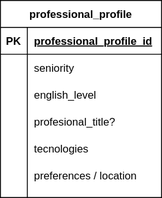
The draw.io diagram job_placement.drawio.svg in isabelyb/er_diagram_job_placement, before a commit. Source tidied: cells renumbered, new cells last; positions are measured from the earlier drawing's top-left corner, leaving out a move shared by most shapes.
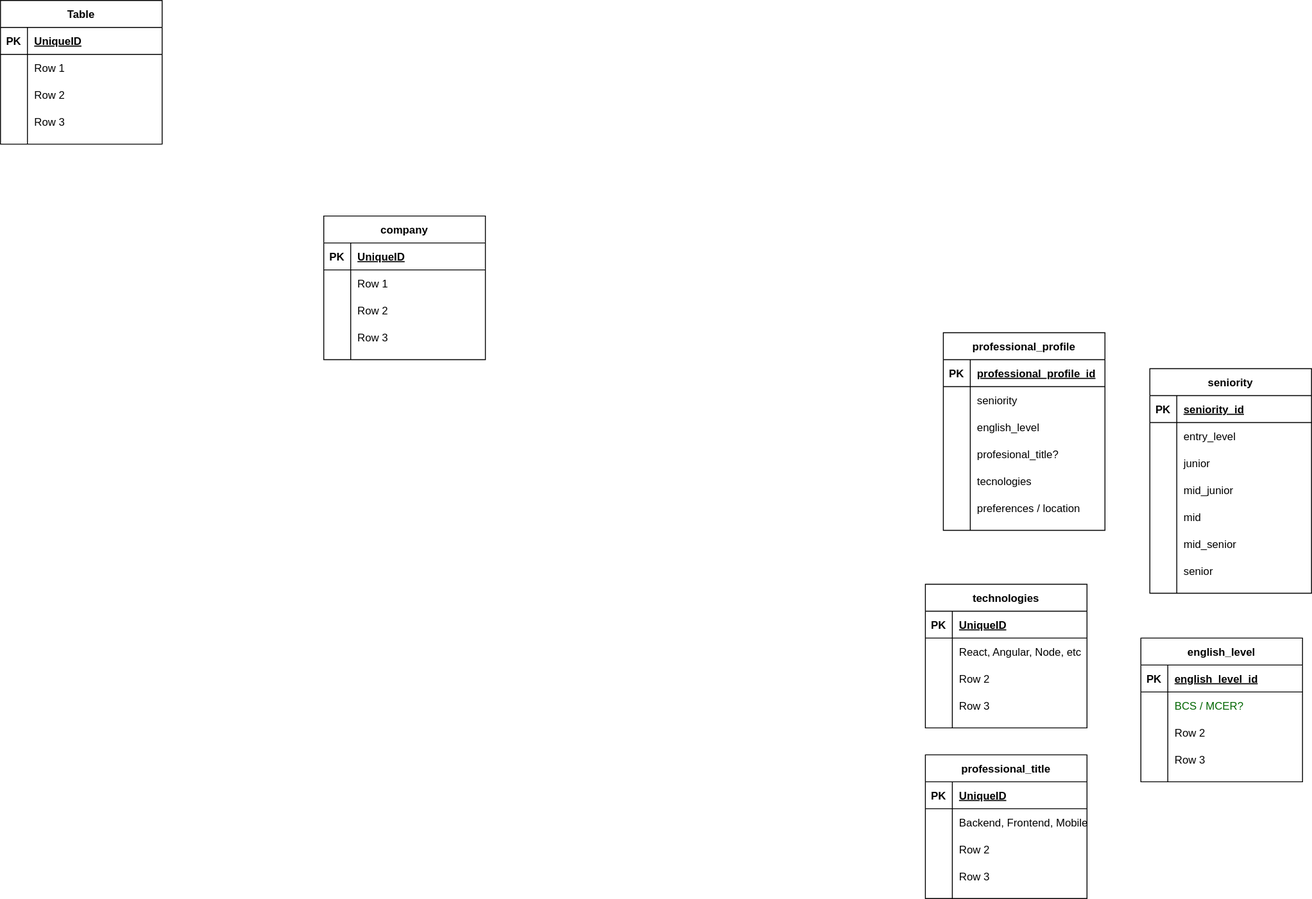
After the commit.

The edit, as a diff of the source:
```diff
@@ -59,5 +59,266 @@
     <mxCell id="20" value="preferences / location" style="shape=partialRectangle;fillColor=none;top=0;left=0;bottom=0;right=0;align=left;spacingLeft=6;overflow=hidden;" parent="18" vertex="1">
       <mxGeometry x="30" width="150" height="30" as="geometry" />
     </mxCell>
+    <mxCell id="21" value="seniority" style="shape=table;startSize=30;rowLines=0;fontStyle=1;align=center;" parent="1" vertex="1">
+      <mxGeometry x="230" y="40" width="180" height="250" as="geometry" />
+    </mxCell>
+    <mxCell id="22" style="shape=partialRectangle;fillColor=none;top=0;left=0;bottom=1;right=0;" parent="21" vertex="1">
+      <mxGeometry y="30" width="180" height="30" as="geometry" />
+    </mxCell>
+    <mxCell id="23" value="PK" style="shape=partialRectangle;fillColor=none;top=0;left=0;bottom=0;right=0;fontStyle=1;overflow=hidden;" parent="22" vertex="1">
+      <mxGeometry width="30" height="30" as="geometry" />
+    </mxCell>
+    <mxCell id="24" value="seniority_id" style="shape=partialRectangle;fillColor=none;top=0;left=0;bottom=0;right=0;align=left;spacingLeft=6;fontStyle=5;overflow=hidden;" parent="22" vertex="1">
+      <mxGeometry x="30" width="150" height="30" as="geometry" />
+    </mxCell>
+    <mxCell id="25" style="shape=partialRectangle;fillColor=none;top=0;left=0;bottom=0;right=0;" parent="21" vertex="1">
+      <mxGeometry y="60" width="180" height="30" as="geometry" />
+    </mxCell>
+    <mxCell id="26" style="shape=partialRectangle;fillColor=none;top=0;left=0;bottom=0;right=0;overflow=hidden;" parent="25" vertex="1">
+      <mxGeometry width="30" height="30" as="geometry" />
+    </mxCell>
+    <mxCell id="27" value="entry_level" style="shape=partialRectangle;fillColor=none;top=0;left=0;bottom=0;right=0;align=left;spacingLeft=6;overflow=hidden;" parent="25" vertex="1">
+      <mxGeometry x="30" width="150" height="30" as="geometry" />
+    </mxCell>
+    <mxCell id="28" style="shape=partialRectangle;fillColor=none;top=0;left=0;bottom=0;right=0;" parent="21" vertex="1">
+      <mxGeometry y="90" width="180" height="30" as="geometry" />
+    </mxCell>
+    <mxCell id="29" style="shape=partialRectangle;fillColor=none;top=0;left=0;bottom=0;right=0;overflow=hidden;" parent="28" vertex="1">
+      <mxGeometry width="30" height="30" as="geometry" />
+    </mxCell>
+    <mxCell id="30" value="junior" style="shape=partialRectangle;fillColor=none;top=0;left=0;bottom=0;right=0;align=left;spacingLeft=6;overflow=hidden;" parent="28" vertex="1">
+      <mxGeometry x="30" width="150" height="30" as="geometry" />
+    </mxCell>
+    <mxCell id="31" style="shape=partialRectangle;fillColor=none;top=0;left=0;bottom=0;right=0;" parent="21" vertex="1">
+      <mxGeometry y="120" width="180" height="30" as="geometry" />
+    </mxCell>
+    <mxCell id="32" style="shape=partialRectangle;fillColor=none;top=0;left=0;bottom=0;right=0;overflow=hidden;" parent="31" vertex="1">
+      <mxGeometry width="30" height="30" as="geometry" />
+    </mxCell>
+    <mxCell id="33" value="mid_junior" style="shape=partialRectangle;fillColor=none;top=0;left=0;bottom=0;right=0;align=left;spacingLeft=6;overflow=hidden;" parent="31" vertex="1">
+      <mxGeometry x="30" width="150" height="30" as="geometry" />
+    </mxCell>
+    <mxCell id="34" style="shape=partialRectangle;fillColor=none;top=0;left=0;bottom=0;right=0;" parent="21" vertex="1">
+      <mxGeometry y="150" width="180" height="30" as="geometry" />
+    </mxCell>
+    <mxCell id="35" style="shape=partialRectangle;fillColor=none;top=0;left=0;bottom=0;right=0;overflow=hidden;" parent="34" vertex="1">
+      <mxGeometry width="30" height="30" as="geometry" />
+    </mxCell>
+    <mxCell id="36" value="mid" style="shape=partialRectangle;fillColor=none;top=0;left=0;bottom=0;right=0;align=left;spacingLeft=6;overflow=hidden;" parent="34" vertex="1">
+      <mxGeometry x="30" width="150" height="30" as="geometry" />
+    </mxCell>
+    <mxCell id="37" style="shape=partialRectangle;fillColor=none;top=0;left=0;bottom=0;right=0;" parent="21" vertex="1">
+      <mxGeometry y="180" width="180" height="30" as="geometry" />
+    </mxCell>
+    <mxCell id="38" style="shape=partialRectangle;fillColor=none;top=0;left=0;bottom=0;right=0;overflow=hidden;" parent="37" vertex="1">
+      <mxGeometry width="30" height="30" as="geometry" />
+    </mxCell>
+    <mxCell id="39" value="mid_senior" style="shape=partialRectangle;fillColor=none;top=0;left=0;bottom=0;right=0;align=left;spacingLeft=6;overflow=hidden;" parent="37" vertex="1">
+      <mxGeometry x="30" width="150" height="30" as="geometry" />
+    </mxCell>
+    <mxCell id="40" style="shape=partialRectangle;fillColor=none;top=0;left=0;bottom=0;right=0;" parent="21" vertex="1">
+      <mxGeometry y="210" width="180" height="30" as="geometry" />
+    </mxCell>
+    <mxCell id="41" style="shape=partialRectangle;fillColor=none;top=0;left=0;bottom=0;right=0;overflow=hidden;" parent="40" vertex="1">
+      <mxGeometry width="30" height="30" as="geometry" />
+    </mxCell>
+    <mxCell id="42" value="senior" style="shape=partialRectangle;fillColor=none;top=0;left=0;bottom=0;right=0;align=left;spacingLeft=6;overflow=hidden;" parent="40" vertex="1">
+      <mxGeometry x="30" width="150" height="30" as="geometry" />
+    </mxCell>
+    <mxCell id="43" value="english_level" style="shape=table;startSize=30;rowLines=0;fontStyle=1;align=center;" parent="1" vertex="1">
+      <mxGeometry x="220" y="340" width="180" height="160" as="geometry" />
+    </mxCell>
+    <mxCell id="44" style="shape=partialRectangle;fillColor=none;top=0;left=0;bottom=1;right=0;" parent="43" vertex="1">
+      <mxGeometry y="30" width="180" height="30" as="geometry" />
+    </mxCell>
+    <mxCell id="45" value="PK" style="shape=partialRectangle;fillColor=none;top=0;left=0;bottom=0;right=0;fontStyle=1;overflow=hidden;" parent="44" vertex="1">
+      <mxGeometry width="30" height="30" as="geometry" />
+    </mxCell>
+    <mxCell id="46" value="english_level_id" style="shape=partialRectangle;fillColor=none;top=0;left=0;bottom=0;right=0;align=left;spacingLeft=6;fontStyle=5;overflow=hidden;" parent="44" vertex="1">
+      <mxGeometry x="30" width="150" height="30" as="geometry" />
+    </mxCell>
+    <mxCell id="47" style="shape=partialRectangle;fillColor=none;top=0;left=0;bottom=0;right=0;" parent="43" vertex="1">
+      <mxGeometry y="60" width="180" height="30" as="geometry" />
+    </mxCell>
+    <mxCell id="48" style="shape=partialRectangle;fillColor=none;top=0;left=0;bottom=0;right=0;overflow=hidden;" parent="47" vertex="1">
+      <mxGeometry width="30" height="30" as="geometry" />
+    </mxCell>
+    <mxCell id="49" value="BCS / MCER?" style="shape=partialRectangle;fillColor=none;top=0;left=0;bottom=0;right=0;align=left;spacingLeft=6;overflow=hidden;fontColor=#006600;" parent="47" vertex="1">
+      <mxGeometry x="30" width="150" height="30" as="geometry" />
+    </mxCell>
+    <mxCell id="50" style="shape=partialRectangle;fillColor=none;top=0;left=0;bottom=0;right=0;" parent="43" vertex="1">
+      <mxGeometry y="90" width="180" height="30" as="geometry" />
+    </mxCell>
+    <mxCell id="51" style="shape=partialRectangle;fillColor=none;top=0;left=0;bottom=0;right=0;overflow=hidden;" parent="50" vertex="1">
+      <mxGeometry width="30" height="30" as="geometry" />
+    </mxCell>
+    <mxCell id="52" value="Row 2" style="shape=partialRectangle;fillColor=none;top=0;left=0;bottom=0;right=0;align=left;spacingLeft=6;overflow=hidden;" parent="50" vertex="1">
+      <mxGeometry x="30" width="150" height="30" as="geometry" />
+    </mxCell>
+    <mxCell id="53" style="shape=partialRectangle;fillColor=none;top=0;left=0;bottom=0;right=0;" parent="43" vertex="1">
+      <mxGeometry y="120" width="180" height="30" as="geometry" />
+    </mxCell>
+    <mxCell id="54" style="shape=partialRectangle;fillColor=none;top=0;left=0;bottom=0;right=0;overflow=hidden;" parent="53" vertex="1">
+      <mxGeometry width="30" height="30" as="geometry" />
+    </mxCell>
+    <mxCell id="55" value="Row 3" style="shape=partialRectangle;fillColor=none;top=0;left=0;bottom=0;right=0;align=left;spacingLeft=6;overflow=hidden;" parent="53" vertex="1">
+      <mxGeometry x="30" width="150" height="30" as="geometry" />
+    </mxCell>
+    <mxCell id="56" value="technologies" style="shape=table;startSize=30;rowLines=0;fontStyle=1;align=center;fontColor=#000000;" parent="1" vertex="1">
+      <mxGeometry x="-20" y="280" width="180" height="160" as="geometry" />
+    </mxCell>
+    <mxCell id="57" style="shape=partialRectangle;fillColor=none;top=0;left=0;bottom=1;right=0;fontColor=#000000;" parent="56" vertex="1">
+      <mxGeometry y="30" width="180" height="30" as="geometry" />
+    </mxCell>
+    <mxCell id="58" value="PK" style="shape=partialRectangle;fillColor=none;top=0;left=0;bottom=0;right=0;fontStyle=1;overflow=hidden;fontColor=#000000;" parent="57" vertex="1">
+      <mxGeometry width="30" height="30" as="geometry" />
+    </mxCell>
+    <mxCell id="59" value="UniqueID" style="shape=partialRectangle;fillColor=none;top=0;left=0;bottom=0;right=0;align=left;spacingLeft=6;fontStyle=5;overflow=hidden;fontColor=#000000;" parent="57" vertex="1">
+      <mxGeometry x="30" width="150" height="30" as="geometry" />
+    </mxCell>
+    <mxCell id="60" style="shape=partialRectangle;fillColor=none;top=0;left=0;bottom=0;right=0;fontColor=#000000;" parent="56" vertex="1">
+      <mxGeometry y="60" width="180" height="30" as="geometry" />
+    </mxCell>
+    <mxCell id="61" style="shape=partialRectangle;fillColor=none;top=0;left=0;bottom=0;right=0;overflow=hidden;fontColor=#000000;" parent="60" vertex="1">
+      <mxGeometry width="30" height="30" as="geometry" />
+    </mxCell>
+    <mxCell id="62" value="React, Angular, Node, etc" style="shape=partialRectangle;fillColor=none;top=0;left=0;bottom=0;right=0;align=left;spacingLeft=6;overflow=hidden;fontColor=#000000;" parent="60" vertex="1">
+      <mxGeometry x="30" width="150" height="30" as="geometry" />
+    </mxCell>
+    <mxCell id="63" style="shape=partialRectangle;fillColor=none;top=0;left=0;bottom=0;right=0;fontColor=#000000;" parent="56" vertex="1">
+      <mxGeometry y="90" width="180" height="30" as="geometry" />
+    </mxCell>
+    <mxCell id="64" style="shape=partialRectangle;fillColor=none;top=0;left=0;bottom=0;right=0;overflow=hidden;fontColor=#000000;" parent="63" vertex="1">
+      <mxGeometry width="30" height="30" as="geometry" />
+    </mxCell>
+    <mxCell id="65" value="Row 2" style="shape=partialRectangle;fillColor=none;top=0;left=0;bottom=0;right=0;align=left;spacingLeft=6;overflow=hidden;fontColor=#000000;" parent="63" vertex="1">
+      <mxGeometry x="30" width="150" height="30" as="geometry" />
+    </mxCell>
+    <mxCell id="66" style="shape=partialRectangle;fillColor=none;top=0;left=0;bottom=0;right=0;fontColor=#000000;" parent="56" vertex="1">
+      <mxGeometry y="120" width="180" height="30" as="geometry" />
+    </mxCell>
+    <mxCell id="67" style="shape=partialRectangle;fillColor=none;top=0;left=0;bottom=0;right=0;overflow=hidden;fontColor=#000000;" parent="66" vertex="1">
+      <mxGeometry width="30" height="30" as="geometry" />
+    </mxCell>
+    <mxCell id="68" value="Row 3" style="shape=partialRectangle;fillColor=none;top=0;left=0;bottom=0;right=0;align=left;spacingLeft=6;overflow=hidden;fontColor=#000000;" parent="66" vertex="1">
+      <mxGeometry x="30" width="150" height="30" as="geometry" />
+    </mxCell>
+    <mxCell id="69" value="professional_title" style="shape=table;startSize=30;rowLines=0;fontStyle=1;align=center;fontColor=#000000;" parent="1" vertex="1">
+      <mxGeometry x="-20" y="470" width="180" height="160" as="geometry" />
+    </mxCell>
+    <mxCell id="70" style="shape=partialRectangle;fillColor=none;top=0;left=0;bottom=1;right=0;fontColor=#000000;" parent="69" vertex="1">
+      <mxGeometry y="30" width="180" height="30" as="geometry" />
+    </mxCell>
+    <mxCell id="71" value="PK" style="shape=partialRectangle;fillColor=none;top=0;left=0;bottom=0;right=0;fontStyle=1;overflow=hidden;fontColor=#000000;" parent="70" vertex="1">
+      <mxGeometry width="30" height="30" as="geometry" />
+    </mxCell>
+    <mxCell id="72" value="UniqueID" style="shape=partialRectangle;fillColor=none;top=0;left=0;bottom=0;right=0;align=left;spacingLeft=6;fontStyle=5;overflow=hidden;fontColor=#000000;" parent="70" vertex="1">
+      <mxGeometry x="30" width="150" height="30" as="geometry" />
+    </mxCell>
+    <mxCell id="73" style="shape=partialRectangle;fillColor=none;top=0;left=0;bottom=0;right=0;fontColor=#000000;" parent="69" vertex="1">
+      <mxGeometry y="60" width="180" height="30" as="geometry" />
+    </mxCell>
+    <mxCell id="74" style="shape=partialRectangle;fillColor=none;top=0;left=0;bottom=0;right=0;overflow=hidden;fontColor=#000000;" parent="73" vertex="1">
+      <mxGeometry width="30" height="30" as="geometry" />
+    </mxCell>
+    <mxCell id="75" value="Backend, Frontend, Mobile, etc" style="shape=partialRectangle;fillColor=none;top=0;left=0;bottom=0;right=0;align=left;spacingLeft=6;overflow=hidden;fontColor=#000000;" parent="73" vertex="1">
+      <mxGeometry x="30" width="150" height="30" as="geometry" />
+    </mxCell>
+    <mxCell id="76" style="shape=partialRectangle;fillColor=none;top=0;left=0;bottom=0;right=0;fontColor=#000000;" parent="69" vertex="1">
+      <mxGeometry y="90" width="180" height="30" as="geometry" />
+    </mxCell>
+    <mxCell id="77" style="shape=partialRectangle;fillColor=none;top=0;left=0;bottom=0;right=0;overflow=hidden;fontColor=#000000;" parent="76" vertex="1">
+      <mxGeometry width="30" height="30" as="geometry" />
+    </mxCell>
+    <mxCell id="78" value="Row 2" style="shape=partialRectangle;fillColor=none;top=0;left=0;bottom=0;right=0;align=left;spacingLeft=6;overflow=hidden;fontColor=#000000;" parent="76" vertex="1">
+      <mxGeometry x="30" width="150" height="30" as="geometry" />
+    </mxCell>
+    <mxCell id="79" style="shape=partialRectangle;fillColor=none;top=0;left=0;bottom=0;right=0;fontColor=#000000;" parent="69" vertex="1">
+      <mxGeometry y="120" width="180" height="30" as="geometry" />
+    </mxCell>
+    <mxCell id="80" style="shape=partialRectangle;fillColor=none;top=0;left=0;bottom=0;right=0;overflow=hidden;fontColor=#000000;" parent="79" vertex="1">
+      <mxGeometry width="30" height="30" as="geometry" />
+    </mxCell>
+    <mxCell id="81" value="Row 3" style="shape=partialRectangle;fillColor=none;top=0;left=0;bottom=0;right=0;align=left;spacingLeft=6;overflow=hidden;fontColor=#000000;" parent="79" vertex="1">
+      <mxGeometry x="30" width="150" height="30" as="geometry" />
+    </mxCell>
+    <mxCell id="82" value="Table" style="shape=table;startSize=30;rowLines=0;fontStyle=1;align=center;fontColor=#000000;" parent="1" vertex="1">
+      <mxGeometry x="-1050" y="-370" width="180" height="160" as="geometry" />
+    </mxCell>
+    <mxCell id="83" style="shape=partialRectangle;fillColor=none;top=0;left=0;bottom=1;right=0;fontColor=#000000;" parent="82" vertex="1">
+      <mxGeometry y="30" width="180" height="30" as="geometry" />
+    </mxCell>
+    <mxCell id="84" value="PK" style="shape=partialRectangle;fillColor=none;top=0;left=0;bottom=0;right=0;fontStyle=1;overflow=hidden;fontColor=#000000;" parent="83" vertex="1">
+      <mxGeometry width="30" height="30" as="geometry" />
+    </mxCell>
+    <mxCell id="85" value="UniqueID" style="shape=partialRectangle;fillColor=none;top=0;left=0;bottom=0;right=0;align=left;spacingLeft=6;fontStyle=5;overflow=hidden;fontColor=#000000;" parent="83" vertex="1">
+      <mxGeometry x="30" width="150" height="30" as="geometry" />
+    </mxCell>
+    <mxCell id="86" style="shape=partialRectangle;fillColor=none;top=0;left=0;bottom=0;right=0;fontColor=#000000;" parent="82" vertex="1">
+      <mxGeometry y="60" width="180" height="30" as="geometry" />
+    </mxCell>
+    <mxCell id="87" style="shape=partialRectangle;fillColor=none;top=0;left=0;bottom=0;right=0;overflow=hidden;fontColor=#000000;" parent="86" vertex="1">
+      <mxGeometry width="30" height="30" as="geometry" />
+    </mxCell>
+    <mxCell id="88" value="Row 1" style="shape=partialRectangle;fillColor=none;top=0;left=0;bottom=0;right=0;align=left;spacingLeft=6;overflow=hidden;fontColor=#000000;" parent="86" vertex="1">
+      <mxGeometry x="30" width="150" height="30" as="geometry" />
+    </mxCell>
+    <mxCell id="89" style="shape=partialRectangle;fillColor=none;top=0;left=0;bottom=0;right=0;fontColor=#000000;" parent="82" vertex="1">
+      <mxGeometry y="90" width="180" height="30" as="geometry" />
+    </mxCell>
+    <mxCell id="90" style="shape=partialRectangle;fillColor=none;top=0;left=0;bottom=0;right=0;overflow=hidden;fontColor=#000000;" parent="89" vertex="1">
+      <mxGeometry width="30" height="30" as="geometry" />
+    </mxCell>
+    <mxCell id="91" value="Row 2" style="shape=partialRectangle;fillColor=none;top=0;left=0;bottom=0;right=0;align=left;spacingLeft=6;overflow=hidden;fontColor=#000000;" parent="89" vertex="1">
+      <mxGeometry x="30" width="150" height="30" as="geometry" />
+    </mxCell>
+    <mxCell id="92" style="shape=partialRectangle;fillColor=none;top=0;left=0;bottom=0;right=0;fontColor=#000000;" parent="82" vertex="1">
+      <mxGeometry y="120" width="180" height="30" as="geometry" />
+    </mxCell>
+    <mxCell id="93" style="shape=partialRectangle;fillColor=none;top=0;left=0;bottom=0;right=0;overflow=hidden;fontColor=#000000;" parent="92" vertex="1">
+      <mxGeometry width="30" height="30" as="geometry" />
+    </mxCell>
+    <mxCell id="94" value="Row 3" style="shape=partialRectangle;fillColor=none;top=0;left=0;bottom=0;right=0;align=left;spacingLeft=6;overflow=hidden;fontColor=#000000;" parent="92" vertex="1">
+      <mxGeometry x="30" width="150" height="30" as="geometry" />
+    </mxCell>
+    <mxCell id="95" value="company" style="shape=table;startSize=30;rowLines=0;fontStyle=1;align=center;fontColor=#000000;" parent="1" vertex="1">
+      <mxGeometry x="-690" y="-130" width="180" height="160" as="geometry" />
+    </mxCell>
+    <mxCell id="96" style="shape=partialRectangle;fillColor=none;top=0;left=0;bottom=1;right=0;fontColor=#000000;" parent="95" vertex="1">
+      <mxGeometry y="30" width="180" height="30" as="geometry" />
+    </mxCell>
+    <mxCell id="97" value="PK" style="shape=partialRectangle;fillColor=none;top=0;left=0;bottom=0;right=0;fontStyle=1;overflow=hidden;fontColor=#000000;" parent="96" vertex="1">
+      <mxGeometry width="30" height="30" as="geometry" />
+    </mxCell>
+    <mxCell id="98" value="UniqueID" style="shape=partialRectangle;fillColor=none;top=0;left=0;bottom=0;right=0;align=left;spacingLeft=6;fontStyle=5;overflow=hidden;fontColor=#000000;" parent="96" vertex="1">
+      <mxGeometry x="30" width="150" height="30" as="geometry" />
+    </mxCell>
+    <mxCell id="99" style="shape=partialRectangle;fillColor=none;top=0;left=0;bottom=0;right=0;fontColor=#000000;" parent="95" vertex="1">
+      <mxGeometry y="60" width="180" height="30" as="geometry" />
+    </mxCell>
+    <mxCell id="100" style="shape=partialRectangle;fillColor=none;top=0;left=0;bottom=0;right=0;overflow=hidden;fontColor=#000000;" parent="99" vertex="1">
+      <mxGeometry width="30" height="30" as="geometry" />
+    </mxCell>
+    <mxCell id="101" value="Row 1" style="shape=partialRectangle;fillColor=none;top=0;left=0;bottom=0;right=0;align=left;spacingLeft=6;overflow=hidden;fontColor=#000000;" parent="99" vertex="1">
+      <mxGeometry x="30" width="150" height="30" as="geometry" />
+    </mxCell>
+    <mxCell id="102" style="shape=partialRectangle;fillColor=none;top=0;left=0;bottom=0;right=0;fontColor=#000000;" parent="95" vertex="1">
+      <mxGeometry y="90" width="180" height="30" as="geometry" />
+    </mxCell>
+    <mxCell id="103" style="shape=partialRectangle;fillColor=none;top=0;left=0;bottom=0;right=0;overflow=hidden;fontColor=#000000;" parent="102" vertex="1">
+      <mxGeometry width="30" height="30" as="geometry" />
+    </mxCell>
+    <mxCell id="104" value="Row 2" style="shape=partialRectangle;fillColor=none;top=0;left=0;bottom=0;right=0;align=left;spacingLeft=6;overflow=hidden;fontColor=#000000;" parent="102" vertex="1">
+      <mxGeometry x="30" width="150" height="30" as="geometry" />
+    </mxCell>
+    <mxCell id="105" style="shape=partialRectangle;fillColor=none;top=0;left=0;bottom=0;right=0;fontColor=#000000;" parent="95" vertex="1">
+      <mxGeometry y="120" width="180" height="30" as="geometry" />
+    </mxCell>
+    <mxCell id="106" style="shape=partialRectangle;fillColor=none;top=0;left=0;bottom=0;right=0;overflow=hidden;fontColor=#000000;" parent="105" vertex="1">
+      <mxGeometry width="30" height="30" as="geometry" />
+    </mxCell>
+    <mxCell id="107" value="Row 3" style="shape=partialRectangle;fillColor=none;top=0;left=0;bottom=0;right=0;align=left;spacingLeft=6;overflow=hidden;fontColor=#000000;" parent="105" vertex="1">
+      <mxGeometry x="30" width="150" height="30" as="geometry" />
+    </mxCell>
   </root>
 </mxGraphModel>
```
